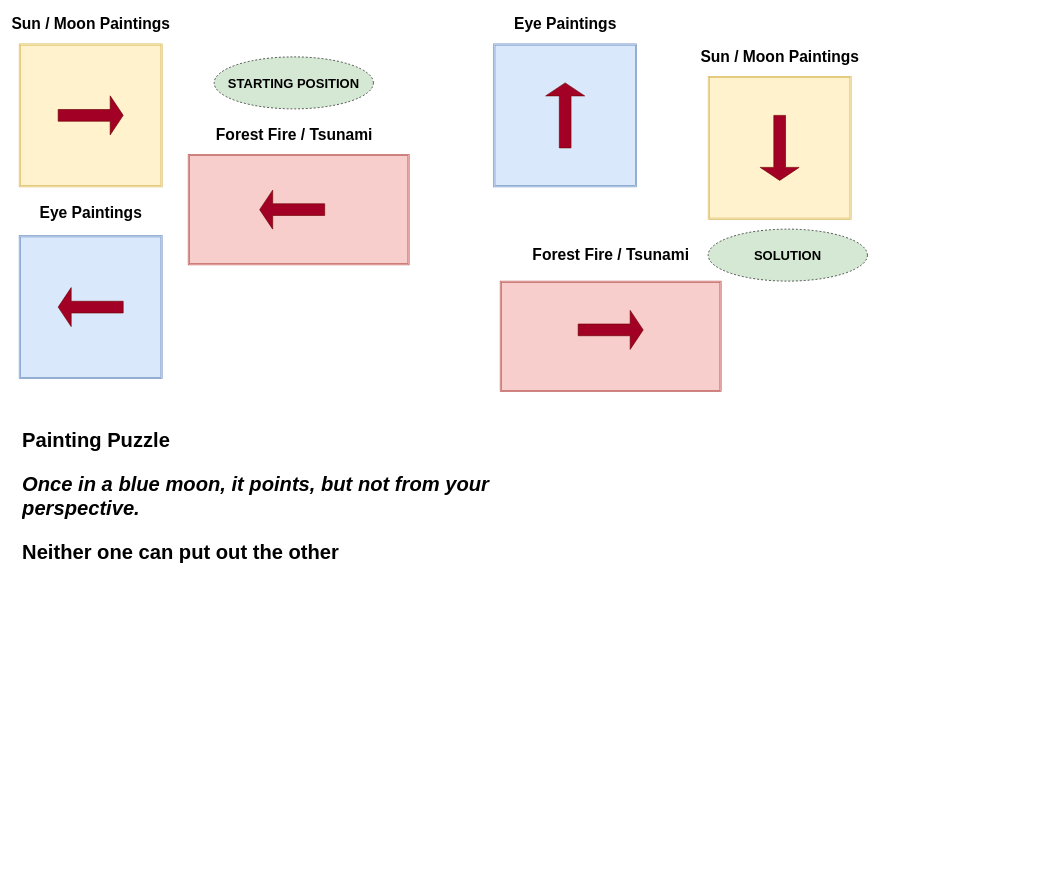
Earlier version of the draw.io diagram TimeEvents.drawio (Kodrin/Serial-Woman). Source tidied: cells renumbered, new cells numbered last; positions are measured from the earlier drawing's top-left corner, leaving out a move shared by most shapes. Both pictures are drawn from the tidied source at 65%, with x=0, y=0 at pixel (19, 11).
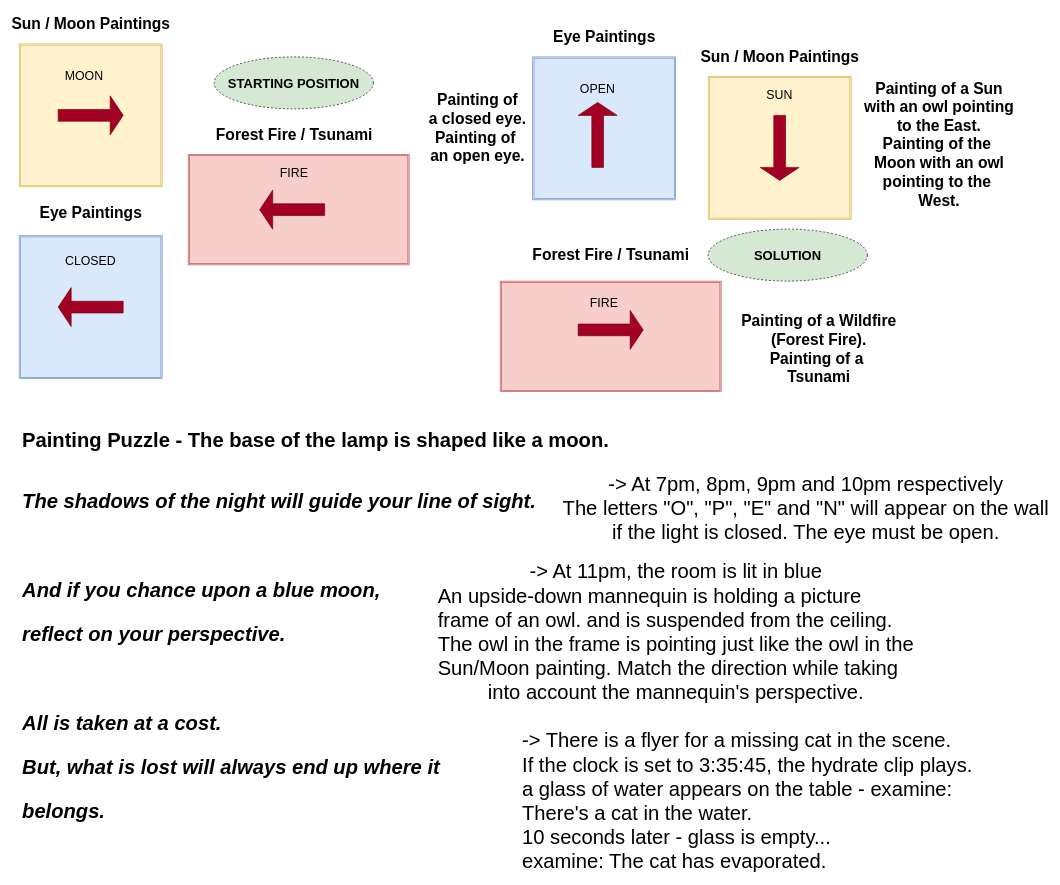
Above is the later version.

Change to the diagram source:
```diff
@@
     <mxCell id="2" style="shape=ext;double=1;whiteSpace=wrap;html=1;fillColor=#dae8fc;strokeColor=#6c8ebf;" parent="1" vertex="1">
-      <mxGeometry x="730" y="50" width="220" height="220" as="geometry" />
+      <mxGeometry x="790" y="70" width="220" height="220" as="geometry" />
     </mxCell>
@@
     <mxCell id="6" style="shape=singleArrow;direction=north;whiteSpace=wrap;html=1;fillColor=#a20025;strokeColor=#6F0000;fontColor=#ffffff;" parent="1" vertex="1">
-      <mxGeometry x="810" y="110" width="60" height="100" as="geometry" />
+      <mxGeometry x="860" y="140" width="60" height="100" as="geometry" />
     </mxCell>
@@
     <mxCell id="8" value="Eye Paintings" style="text;strokeColor=none;fillColor=none;html=1;fontSize=24;fontStyle=1;verticalAlign=middle;align=center;" parent="1" vertex="1">
-      <mxGeometry x="750" width="180" height="40" as="geometry" />
+      <mxGeometry x="810" y="20" width="180" height="40" as="geometry" />
     </mxCell>
@@
-    <mxCell id="11" value="&lt;h1 style=&quot;font-size: 31px&quot;&gt;&lt;font style=&quot;font-size: 31px&quot;&gt;Painting Puzzle&lt;/font&gt;&lt;/h1&gt;&lt;p style=&quot;font-size: 31px&quot;&gt;&lt;font style=&quot;font-size: 31px&quot;&gt;&lt;b&gt;&lt;i&gt;Once in a blue moon, it points, but not from your perspective.&lt;/i&gt;&amp;nbsp;&lt;/b&gt;&lt;/font&gt;&lt;/p&gt;&lt;p style=&quot;font-size: 31px&quot;&gt;&lt;font style=&quot;font-size: 31px&quot;&gt;&lt;b&gt;Neither one can put out the other&amp;nbsp;&lt;/b&gt;&lt;/font&gt;&lt;/p&gt;" style="text;html=1;strokeColor=none;fillColor=none;spacing=5;spacingTop=-20;whiteSpace=wrap;overflow=hidden;rounded=0;" parent="1" vertex="1">
-      <mxGeometry y="630" width="860" height="410" as="geometry" />
+    <mxCell id="11" value="&lt;h1 style=&quot;font-size: 31px&quot;&gt;&lt;font style=&quot;font-size: 31px&quot;&gt;Painting Puzzle - The base of the lamp is shaped like a moon.&amp;nbsp;&lt;/font&gt;&lt;/h1&gt;&lt;div&gt;&lt;font style=&quot;font-size: 31px&quot;&gt;&lt;b&gt;&lt;i&gt;&lt;br&gt;&lt;/i&gt;&lt;/b&gt;&lt;/font&gt;&lt;/div&gt;&lt;div&gt;&lt;font style=&quot;font-size: 31px&quot;&gt;&lt;b&gt;&lt;i&gt;The shadows of the night will&amp;nbsp;&lt;/i&gt;&lt;/b&gt;&lt;/font&gt;&lt;font style=&quot;font-size: 31px&quot;&gt;&lt;b&gt;&lt;i&gt;guide your line of sight.&lt;/i&gt;&lt;/b&gt; &lt;/font&gt;&lt;span style=&quot;font-size: 31px&quot;&gt;&amp;nbsp;&amp;nbsp;&lt;/span&gt;&lt;/div&gt;&lt;p style=&quot;font-size: 31px&quot;&gt;&lt;font style=&quot;font-size: 31px&quot;&gt;&lt;b&gt;&lt;i&gt;&lt;br&gt;&lt;/i&gt;&lt;/b&gt;&lt;/font&gt;&lt;/p&gt;&lt;p style=&quot;font-size: 31px&quot;&gt;&lt;font style=&quot;font-size: 31px&quot;&gt;&lt;b&gt;&lt;i&gt;And if you chance upon a blue moon,&amp;nbsp;&amp;nbsp;&lt;/i&gt;&lt;/b&gt;&lt;/font&gt;&lt;/p&gt;&lt;p style=&quot;font-size: 31px&quot;&gt;&lt;font style=&quot;font-size: 31px&quot;&gt;&lt;b&gt;&lt;i&gt;reflect on your perspective.&lt;/i&gt;&lt;/b&gt;&lt;/font&gt;&lt;/p&gt;&lt;p style=&quot;font-size: 31px&quot;&gt;&lt;br&gt;&lt;/p&gt;&lt;p style=&quot;font-size: 31px&quot;&gt;&lt;b&gt;&lt;i&gt;All is taken at a cost.&lt;/i&gt;&lt;/b&gt;&lt;/p&gt;&lt;p style=&quot;font-size: 31px&quot;&gt;&lt;b&gt;&lt;i&gt;But, what is lost will always end up where it&lt;/i&gt;&lt;/b&gt;&lt;/p&gt;&lt;p style=&quot;font-size: 31px&quot;&gt;&lt;b&gt;&lt;i&gt;belongs.&lt;/i&gt;&lt;/b&gt;&lt;/p&gt;" style="text;html=1;strokeColor=none;fillColor=none;spacing=5;spacingTop=-20;whiteSpace=wrap;overflow=hidden;rounded=0;" parent="1" vertex="1">
+      <mxGeometry y="630" width="1440" height="630" as="geometry" />
     </mxCell>
@@
+    <mxCell id="23" value="MOON" style="text;html=1;strokeColor=none;fillColor=none;align=center;verticalAlign=middle;whiteSpace=wrap;rounded=0;dashed=1;fontSize=19;" parent="1" vertex="1">
+      <mxGeometry x="80" y="90" width="40" height="20" as="geometry" />
+    </mxCell>
+    <mxCell id="24" value="SUN" style="text;html=1;strokeColor=none;fillColor=none;align=center;verticalAlign=middle;whiteSpace=wrap;rounded=0;dashed=1;fontSize=19;" parent="1" vertex="1">
+      <mxGeometry x="1150" y="120" width="40" height="20" as="geometry" />
+    </mxCell>
+    <mxCell id="25" value="FIRE" style="text;html=1;strokeColor=none;fillColor=none;align=center;verticalAlign=middle;whiteSpace=wrap;rounded=0;dashed=1;fontSize=19;" parent="1" vertex="1">
+      <mxGeometry x="402.5" y="240" width="40" height="20" as="geometry" />
+    </mxCell>
+    <mxCell id="26" value="CLOSED" style="text;html=1;strokeColor=none;fillColor=none;align=center;verticalAlign=middle;whiteSpace=wrap;rounded=0;dashed=1;fontSize=19;" parent="1" vertex="1">
+      <mxGeometry x="90" y="375" width="40" height="20" as="geometry" />
+    </mxCell>
+    <mxCell id="27" value="OPEN" style="text;html=1;strokeColor=none;fillColor=none;align=center;verticalAlign=middle;whiteSpace=wrap;rounded=0;dashed=1;fontSize=19;" parent="1" vertex="1">
+      <mxGeometry x="870" y="110" width="40" height="20" as="geometry" />
+    </mxCell>
+    <mxCell id="28" value="FIRE" style="text;html=1;strokeColor=none;fillColor=none;align=center;verticalAlign=middle;whiteSpace=wrap;rounded=0;dashed=1;fontSize=19;" parent="1" vertex="1">
+      <mxGeometry x="880" y="440" width="40" height="20" as="geometry" />
+    </mxCell>
+    <mxCell id="29" value="&lt;font style=&quot;font-weight: 400 ; text-align: left ; font-size: 31px&quot;&gt;-&amp;gt; At 7pm, 8pm, 9pm and 10pm respectively&lt;br&gt;&lt;/font&gt;&lt;span style=&quot;font-weight: 400 ; text-align: left ; font-size: 31px&quot;&gt;The letters &quot;O&quot;, &quot;P&quot;, &quot;E&quot; and &quot;N&quot; will appear on the wall &lt;br&gt;if the light is closed. The eye must be open.&lt;/span&gt;" style="text;strokeColor=none;fillColor=none;html=1;fontSize=24;fontStyle=1;verticalAlign=middle;align=center;" parent="1" vertex="1">
+      <mxGeometry x="870" y="720" width="680" height="90" as="geometry" />
+    </mxCell>
+    <mxCell id="30" value="&lt;font style=&quot;text-align: left&quot;&gt;&lt;span style=&quot;font-size: 31px ; font-weight: 400&quot;&gt;-&amp;gt; At 11pm, the room is lit in blue&lt;/span&gt;&lt;br&gt;&lt;div style=&quot;text-align: left&quot;&gt;&lt;span style=&quot;text-align: center&quot;&gt;&lt;span style=&quot;font-size: 31px ; font-weight: 400&quot;&gt;An upside-down mannequin&amp;nbsp;is holding a picture&amp;nbsp;&lt;/span&gt;&lt;/span&gt;&lt;/div&gt;&lt;div style=&quot;text-align: left&quot;&gt;&lt;span style=&quot;text-align: center ; font-size: 31px ; font-weight: 400&quot;&gt;frame of an owl. and is suspended from the ceiling.&lt;/span&gt;&lt;/div&gt;&lt;div style=&quot;text-align: left&quot;&gt;&lt;span style=&quot;text-align: center ; font-size: 31px ; font-weight: 400&quot;&gt;The owl in the frame is pointing just like the owl in the&lt;/span&gt;&lt;/div&gt;&lt;div style=&quot;text-align: left&quot;&gt;&lt;span style=&quot;text-align: center ; font-size: 31px ; font-weight: 400&quot;&gt;Sun/Moon painting. Match the direction while taking&amp;nbsp;&lt;/span&gt;&lt;/div&gt;&lt;div style=&quot;text-align: center&quot;&gt;&lt;span style=&quot;font-size: 31px ; font-weight: 400&quot;&gt;into account the mannequin's perspective.&lt;/span&gt;&lt;/div&gt;&lt;/font&gt;" style="text;strokeColor=none;fillColor=none;html=1;fontSize=24;fontStyle=1;verticalAlign=middle;align=center;" parent="1" vertex="1">
+      <mxGeometry x="590" y="920" width="840" height="70" as="geometry" />
+    </mxCell>
+    <mxCell id="31" value="Painting of a Sun&lt;br&gt;with an owl pointing&lt;br&gt;to the East.&lt;br&gt;Painting of the&amp;nbsp;&lt;br&gt;Moon with an owl&lt;br&gt;pointing to the&amp;nbsp;&lt;br&gt;West." style="text;strokeColor=none;fillColor=none;html=1;fontSize=24;fontStyle=1;verticalAlign=middle;align=center;" parent="1" vertex="1">
+      <mxGeometry x="1300" y="40" width="230" height="330" as="geometry" />
+    </mxCell>
+    <mxCell id="32" value="Painting of a Wildfire &lt;br&gt;(Forest Fire).&lt;br&gt;Painting of a&amp;nbsp;&lt;br&gt;Tsunami" style="text;strokeColor=none;fillColor=none;html=1;fontSize=24;fontStyle=1;verticalAlign=middle;align=center;" parent="1" vertex="1">
+      <mxGeometry x="1100" y="440" width="260" height="160" as="geometry" />
+    </mxCell>
+    <mxCell id="33" value="Painting of&lt;br&gt;a closed eye.&lt;br&gt;Painting of&amp;nbsp;&lt;br&gt;an open eye." style="text;strokeColor=none;fillColor=none;html=1;fontSize=24;fontStyle=1;verticalAlign=middle;align=center;" parent="1" vertex="1">
+      <mxGeometry x="620" y="60" width="170" height="240" as="geometry" />
+    </mxCell>
+    <mxCell id="34" value="&lt;div style=&quot;text-align: left&quot;&gt;&lt;span style=&quot;font-size: 31px ; font-weight: 400&quot;&gt;-&amp;gt; There is a flyer for a missing cat in the scene.&amp;nbsp;&lt;/span&gt;&lt;/div&gt;&lt;div style=&quot;text-align: left&quot;&gt;&lt;span style=&quot;font-size: 31px ; font-weight: 400&quot;&gt;If the clock is set to 3:35:45, the hydrate clip plays.&lt;/span&gt;&lt;/div&gt;&lt;div style=&quot;text-align: left&quot;&gt;&lt;span style=&quot;font-size: 31px ; font-weight: 400&quot;&gt;a glass of water appears on the table - examine:&lt;/span&gt;&lt;/div&gt;&lt;div style=&quot;text-align: left&quot;&gt;&lt;span style=&quot;font-size: 31px ; font-weight: 400&quot;&gt;There's a cat in the water.&amp;nbsp;&lt;/span&gt;&lt;/div&gt;&lt;div style=&quot;text-align: left&quot;&gt;&lt;span style=&quot;font-size: 31px ; font-weight: 400&quot;&gt;10 seconds later - glass is empty...&lt;/span&gt;&lt;/div&gt;&lt;div style=&quot;text-align: left&quot;&gt;&lt;span style=&quot;font-size: 31px ; font-weight: 400&quot;&gt;examine: The cat has evaporated.&amp;nbsp;&lt;/span&gt;&lt;/div&gt;" style="text;strokeColor=none;fillColor=none;html=1;fontSize=24;fontStyle=1;verticalAlign=middle;align=center;" parent="1" vertex="1">
+      <mxGeometry x="700" y="1180" width="840" height="70" as="geometry" />
+    </mxCell>
```
